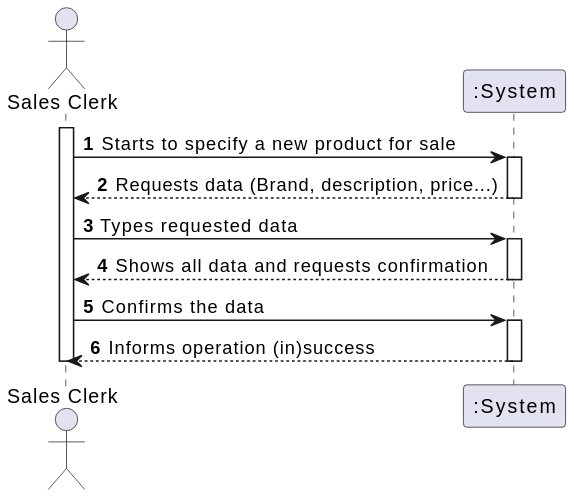
Earlier version of the PlantUML export docs/Sprint2/US1001/US1001_SD.svg (marttuga/LAPR4-SmartSystems).
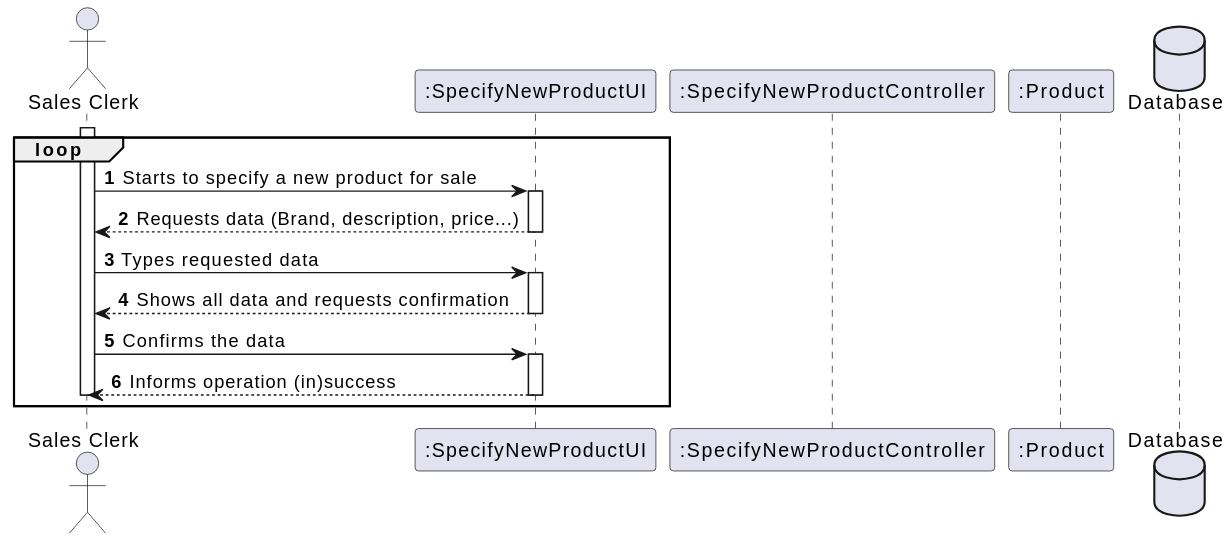
Later version of the same file.

What changed in the source:
```diff
@@ -1,26 +1,32 @@
 @startuml
 autonumber
 actor "Sales Clerk" as SC
+participant ":SpecifyNewProductUI" as UI
+participant ":SpecifyNewProductController" as CTRL
+participant ":Product" as Prod
 
+loop
 activate SC
 
-SC -> ":System" : Starts to specify a new product for sale
-activate ":System"
+SC -> UI : Starts to specify a new product for sale
+activate UI
 
-":System" --> SC : Requests data (Brand, description, price...)
-deactivate ":System"
+UI --> SC : Requests data (Brand, description, price...)
+deactivate UI
 
-SC -> ":System" : Types requested data
-activate ":System"
+SC -> UI : Types requested data
+activate UI
 
-":System" --> SC :Shows all data and requests confirmation
-deactivate ":System"
+UI --> SC :Shows all data and requests confirmation
+deactivate UI
 
-SC -> ":System" : Confirms the data
+SC -> UI : Confirms the data
+activate UI
 
-activate ":System"
-":System" --> SC : Informs operation (in)success
-deactivate ":System"
+UI --> SC : Informs operation (in)success
+deactivate UI
 
 deactivate SC
+end loop
+database "Database" as DB
 @enduml
```
